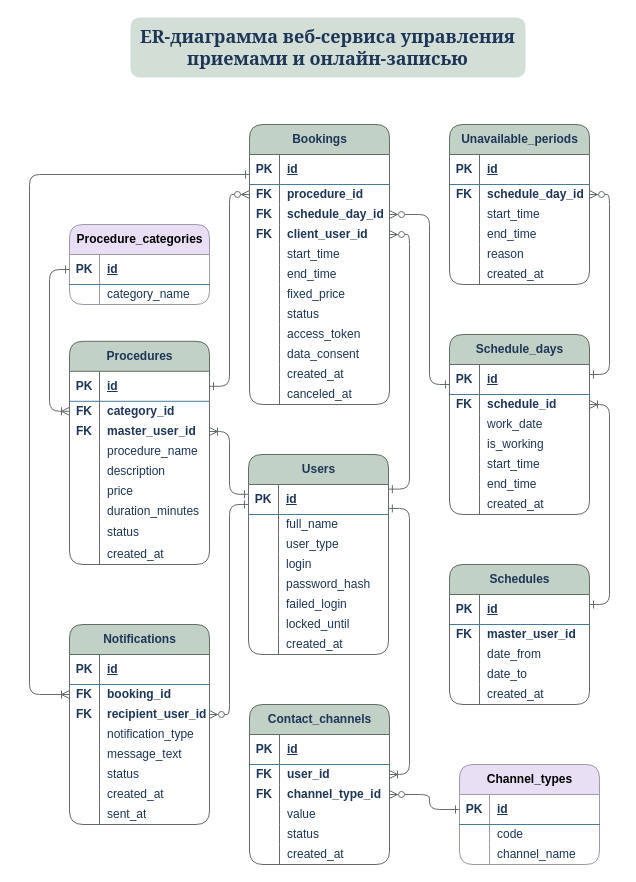
Earlier version of the draw.io diagram data-model/er-diagram.drawio (Katerina-analyst/Portfolio). Source tidied: cells renumbered, new cells numbered last; positions are measured from the earlier drawing's top-left corner, leaving out a move shared by most shapes. Both pictures are drawn from the tidied source at 100%, with x=0, y=0 at pixel (29, 17).
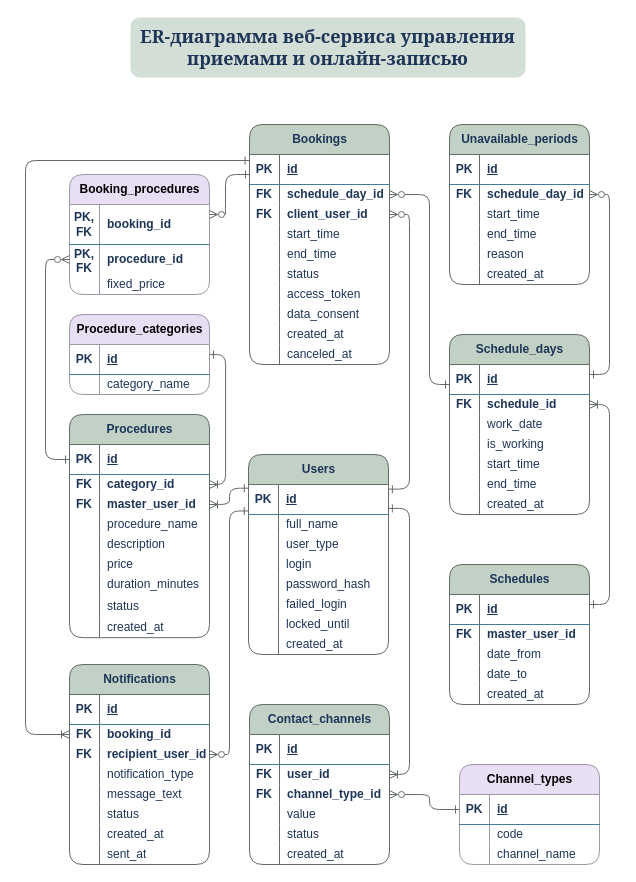
The same diagram, later.

Unchanged cells that the change refers to:
```xml
<mxCell id="3" style="shape=tableRow;horizontal=0;startSize=0;swimlaneHead=0;swimlaneBody=0;fillColor=none;points=[[0,0.5],[1,0.5]];portConstraint=eastwest;top=0;left=0;right=0;bottom=1;swimlaneFillColor=none;shadow=0;labelBackgroundColor=none;strokeColor=#457B9D;fontColor=#1D3557;rounded=0;fillOpacity=100;curved=0;" parent="2" vertex="1">
  <mxGeometry y="30" width="140" height="30" as="geometry" />
</mxCell>
<mxCell id="6" style="shape=tableRow;horizontal=0;startSize=0;swimlaneHead=0;swimlaneBody=0;fillColor=none;points=[[0,0.5],[1,0.5]];portConstraint=eastwest;top=0;left=0;right=0;bottom=0;swimlaneFillColor=none;shadow=0;labelBackgroundColor=none;strokeColor=#457B9D;fontColor=#1D3557;rounded=0;fillOpacity=100;curved=0;" parent="2" vertex="1">
  <mxGeometry y="60" width="140" height="20" as="geometry" />
</mxCell>
<mxCell id="9" style="shape=tableRow;horizontal=0;startSize=0;swimlaneHead=0;swimlaneBody=0;fillColor=none;points=[[0,0.5],[1,0.5]];portConstraint=eastwest;top=0;left=0;right=0;bottom=0;swimlaneFillColor=none;shadow=0;labelBackgroundColor=none;strokeColor=#457B9D;fontColor=#1D3557;rounded=0;fillOpacity=100;curved=0;" parent="2" vertex="1">
  <mxGeometry y="80" width="140" height="20" as="geometry" />
</mxCell>
<mxCell id="31" style="shape=tableRow;horizontal=0;startSize=0;swimlaneHead=0;swimlaneBody=0;fillColor=none;points=[[0,0.5],[1,0.5]];portConstraint=eastwest;top=0;left=0;right=0;bottom=1;swimlaneFillColor=none;shadow=0;labelBackgroundColor=none;strokeColor=#457B9D;fontColor=#1D3557;rounded=0;fillOpacity=100;curved=0;" parent="30" vertex="1">
  <mxGeometry y="30" width="140" height="30" as="geometry" />
</mxCell>
<mxCell id="75" style="shape=tableRow;horizontal=0;startSize=0;swimlaneHead=0;swimlaneBody=0;fillColor=none;points=[[0,0.5],[1,0.5]];portConstraint=eastwest;top=0;left=0;right=0;bottom=1;labelBackgroundColor=none;strokeColor=#457B9D;fontColor=#1D3557;rounded=0;fillOpacity=100;curved=0;" parent="74" vertex="1">
  <mxGeometry y="30" width="140" height="30" as="geometry" />
</mxCell>
<mxCell id="85" style="shape=tableRow;horizontal=0;startSize=0;swimlaneHead=0;swimlaneBody=0;fillColor=none;points=[[0,0.5],[1,0.5]];portConstraint=eastwest;top=0;left=0;right=0;bottom=0;swimlaneFillColor=none;shadow=0;labelBackgroundColor=none;strokeColor=#457B9D;fontColor=#1D3557;rounded=0;fillOpacity=100;curved=0;" parent="81" vertex="1">
  <mxGeometry y="60" width="140" height="20" as="geometry" />
</mxCell>
<mxCell id="88" style="shape=tableRow;horizontal=0;startSize=0;swimlaneHead=0;swimlaneBody=0;fillColor=none;points=[[0,0.5],[1,0.5]];portConstraint=eastwest;top=0;left=0;right=0;bottom=0;swimlaneFillColor=none;shadow=0;labelBackgroundColor=none;strokeColor=#457B9D;fontColor=#1D3557;rounded=0;fillOpacity=100;curved=0;" parent="81" vertex="1">
  <mxGeometry y="80" width="140" height="20" as="geometry" />
</mxCell>
<mxCell id="107" style="shape=tableRow;horizontal=0;startSize=0;swimlaneHead=0;swimlaneBody=0;fillColor=none;points=[[0,0.5],[1,0.5]];portConstraint=eastwest;top=0;left=0;right=0;bottom=1;swimlaneFillColor=none;shadow=0;labelBackgroundColor=none;strokeColor=#457B9D;fontColor=#1D3557;rounded=0;fillOpacity=100;curved=0;" parent="106" vertex="1">
  <mxGeometry y="30" width="140" height="30" as="geometry" />
</mxCell>
<mxCell id="173" style="shape=tableRow;horizontal=0;startSize=0;swimlaneHead=0;swimlaneBody=0;fillColor=none;points=[[0,0.5],[1,0.5]];portConstraint=eastwest;top=0;left=0;right=0;bottom=1;swimlaneFillColor=none;shadow=0;labelBackgroundColor=none;strokeColor=#457B9D;fontColor=#1D3557;rounded=0;fillOpacity=100;curved=0;" parent="172" vertex="1">
  <mxGeometry y="30" width="140" height="30" as="geometry" />
</mxCell>
```

What changed in the source:
```diff
@@
     <mxCell id="2" value="Procedures" style="shape=table;startSize=30;childLayout=tableLayout;rowLines=0;fontStyle=1;align=center;html=1;swimlaneFillColor=none;shadow=0;rounded=1;fillColor=#C2D1C6;strokeColor=#646C66;labelBackgroundColor=none;fontColor=#1D3557;fillOpacity=100;curved=0;" parent="1" vertex="1">
-      <mxGeometry x="40" y="323.8" width="140" height="223.2" as="geometry" />
+      <mxGeometry x="40" y="397" width="140" height="223.2" as="geometry" />
     </mxCell>
@@
     <mxCell id="74" value="Procedure_categories" style="shape=table;startSize=30;childLayout=tableLayout;rowLines=0;fontStyle=1;align=center;html=1;rounded=1;swimlaneLine=1;columnLines=1;resizeLastRow=0;swimlaneHead=1;swimlaneBody=1;horizontal=1;top=1;bottom=1;left=1;fixDash=0;fillColor=#E8DFF5;strokeColor=#9E98A7;labelBackgroundColor=none;fillOpacity=100;curved=0;" parent="1" vertex="1">
-      <mxGeometry x="40" y="207" width="140" height="80" as="geometry" />
+      <mxGeometry x="40" y="297" width="140" height="80" as="geometry" />
     </mxCell>
@@
     <mxCell id="81" value="Notifications" style="shape=table;startSize=30;childLayout=tableLayout;rowLines=0;fontStyle=1;align=center;html=1;swimlaneFillColor=none;shadow=0;rounded=1;fillColor=#C2D1C6;strokeColor=#646C66;labelBackgroundColor=none;fontColor=#1D3557;fillOpacity=100;curved=0;" parent="1" vertex="1">
-      <mxGeometry x="40" y="607" width="140" height="200" as="geometry" />
+      <mxGeometry x="40" y="647" width="140" height="200" as="geometry" />
     </mxCell>
@@
     <mxCell id="106" value="Bookings" style="shape=table;startSize=30;childLayout=tableLayout;rowLines=0;fontStyle=1;align=center;html=1;swimlaneFillColor=none;shadow=0;rounded=1;fillColor=#C2D1C6;strokeColor=#646C66;labelBackgroundColor=none;fontColor=#1D3557;fillOpacity=100;curved=0;" parent="1" vertex="1">
-      <mxGeometry x="220" y="107" width="140" height="280" as="geometry" />
+      <mxGeometry x="220" y="107" width="140" height="240" as="geometry" />
     </mxCell>
@@
-    <mxCell id="110" style="shape=tableRow;horizontal=0;startSize=0;swimlaneHead=0;swimlaneBody=0;fillColor=none;points=[[0,0.5],[1,0.5]];portConstraint=eastwest;top=0;left=0;right=0;bottom=0;swimlaneFillColor=none;shadow=0;labelBackgroundColor=none;strokeColor=#457B9D;fontColor=#1D3557;rounded=0;fillOpacity=100;curved=0;" parent="106" vertex="1">
-      <mxGeometry y="60" width="140" height="20" as="geometry" />
-    </mxCell>
-    <mxCell id="111" value="&lt;span style=&quot;font-weight: 700;&quot;&gt;FK&lt;/span&gt;" style="shape=partialRectangle;fillColor=none;top=0;left=0;bottom=0;right=0;overflow=hidden;whiteSpace=wrap;html=1;swimlaneFillColor=none;shadow=0;labelBackgroundColor=none;strokeColor=#457B9D;fontColor=#1D3557;rounded=0;fillOpacity=100;curved=0;" parent="110" vertex="1">
-      <mxGeometry width="30" height="20" as="geometry" />
-    </mxCell>
-    <mxCell id="112" value="procedure_id" style="shape=partialRectangle;fillColor=none;top=0;left=0;bottom=0;right=0;align=left;spacingLeft=6;overflow=hidden;whiteSpace=wrap;html=1;swimlaneFillColor=none;shadow=0;fontStyle=1;labelBackgroundColor=none;strokeColor=#457B9D;fontColor=#1D3557;rounded=0;fillOpacity=100;curved=0;" parent="110" vertex="1">
-      <mxGeometry x="30" width="110" height="20" as="geometry" />
-    </mxCell>
     <mxCell id="113" style="shape=tableRow;horizontal=0;startSize=0;swimlaneHead=0;swimlaneBody=0;fillColor=none;points=[[0,0.5],[1,0.5]];portConstraint=eastwest;top=0;left=0;right=0;bottom=0;swimlaneFillColor=none;shadow=0;labelBackgroundColor=none;strokeColor=#457B9D;fontColor=#1D3557;rounded=0;fillOpacity=100;curved=0;" parent="106" vertex="1">
-      <mxGeometry y="80" width="140" height="20" as="geometry" />
+      <mxGeometry y="60" width="140" height="20" as="geometry" />
     </mxCell>
@@
     <mxCell id="116" style="shape=tableRow;horizontal=0;startSize=0;swimlaneHead=0;swimlaneBody=0;fillColor=none;points=[[0,0.5],[1,0.5]];portConstraint=eastwest;top=0;left=0;right=0;bottom=0;swimlaneFillColor=none;shadow=0;labelBackgroundColor=none;strokeColor=#457B9D;fontColor=#1D3557;rounded=0;fillOpacity=100;curved=0;" parent="106" vertex="1">
-      <mxGeometry y="100" width="140" height="20" as="geometry" />
+      <mxGeometry y="80" width="140" height="20" as="geometry" />
     </mxCell>
@@
     <mxCell id="119" style="shape=tableRow;horizontal=0;startSize=0;swimlaneHead=0;swimlaneBody=0;fillColor=none;top=0;left=0;right=0;bottom=0;swimlaneFillColor=none;shadow=0;labelBackgroundColor=none;strokeColor=#457B9D;fontColor=#1D3557;rounded=0;fillOpacity=100;curved=0;" parent="106" vertex="1">
-      <mxGeometry y="120" width="140" height="20" as="geometry" />
+      <mxGeometry y="100" width="140" height="20" as="geometry" />
     </mxCell>
@@
     <mxCell id="122" style="shape=tableRow;horizontal=0;startSize=0;swimlaneHead=0;swimlaneBody=0;fillColor=none;top=0;left=0;right=0;bottom=0;swimlaneFillColor=none;shadow=0;labelBackgroundColor=none;strokeColor=#457B9D;fontColor=#1D3557;rounded=0;fillOpacity=100;curved=0;" parent="106" vertex="1">
-      <mxGeometry y="140" width="140" height="20" as="geometry" />
+      <mxGeometry y="120" width="140" height="20" as="geometry" />
     </mxCell>
@@
-    <mxCell id="125" style="shape=tableRow;horizontal=0;startSize=0;swimlaneHead=0;swimlaneBody=0;fillColor=none;top=0;left=0;right=0;bottom=0;swimlaneFillColor=none;shadow=0;labelBackgroundColor=none;strokeColor=#457B9D;fontColor=#1D3557;rounded=0;fillOpacity=100;curved=0;" parent="106" vertex="1">
-      <mxGeometry y="160" width="140" height="20" as="geometry" />
-    </mxCell>
-    <mxCell id="126" style="shape=partialRectangle;fillColor=none;top=0;left=0;bottom=0;right=0;overflow=hidden;whiteSpace=wrap;html=1;swimlaneFillColor=none;shadow=0;labelBackgroundColor=none;strokeColor=#457B9D;fontColor=#1D3557;rounded=0;fillOpacity=100;curved=0;" parent="125" vertex="1">
-      <mxGeometry width="30" height="20" as="geometry" />
-    </mxCell>
-    <mxCell id="127" value="fixed_price" style="shape=partialRectangle;fillColor=none;top=0;left=0;bottom=0;right=0;align=left;spacingLeft=6;overflow=hidden;whiteSpace=wrap;html=1;swimlaneFillColor=none;shadow=0;labelBackgroundColor=none;strokeColor=#457B9D;fontColor=#1D3557;rounded=0;fillOpacity=100;curved=0;" parent="125" vertex="1">
-      <mxGeometry x="30" width="110" height="20" as="geometry" />
-    </mxCell>
     <mxCell id="128" style="shape=tableRow;horizontal=0;startSize=0;swimlaneHead=0;swimlaneBody=0;fillColor=none;top=0;left=0;right=0;bottom=0;swimlaneFillColor=none;shadow=0;labelBackgroundColor=none;strokeColor=#457B9D;fontColor=#1D3557;rounded=0;fillOpacity=100;curved=0;" parent="106" vertex="1">
-      <mxGeometry y="180" width="140" height="20" as="geometry" />
+      <mxGeometry y="140" width="140" height="20" as="geometry" />
     </mxCell>
@@
     <mxCell id="131" style="shape=tableRow;horizontal=0;startSize=0;swimlaneHead=0;swimlaneBody=0;fillColor=none;top=0;left=0;right=0;bottom=0;swimlaneFillColor=none;shadow=0;labelBackgroundColor=none;strokeColor=#457B9D;fontColor=#1D3557;rounded=0;fillOpacity=100;curved=0;" parent="106" vertex="1">
-      <mxGeometry y="200" width="140" height="20" as="geometry" />
+      <mxGeometry y="160" width="140" height="20" as="geometry" />
     </mxCell>
@@
     <mxCell id="134" style="shape=tableRow;horizontal=0;startSize=0;swimlaneHead=0;swimlaneBody=0;fillColor=none;top=0;left=0;right=0;bottom=0;swimlaneFillColor=none;shadow=0;labelBackgroundColor=none;strokeColor=#457B9D;fontColor=#1D3557;rounded=0;fillOpacity=100;curved=0;" parent="106" vertex="1">
-      <mxGeometry y="220" width="140" height="20" as="geometry" />
+      <mxGeometry y="180" width="140" height="20" as="geometry" />
     </mxCell>
@@
     <mxCell id="137" style="shape=tableRow;horizontal=0;startSize=0;swimlaneHead=0;swimlaneBody=0;fillColor=none;top=0;left=0;right=0;bottom=0;swimlaneFillColor=none;shadow=0;labelBackgroundColor=none;strokeColor=#457B9D;fontColor=#1D3557;rounded=0;fillOpacity=100;curved=0;" parent="106" vertex="1">
-      <mxGeometry y="240" width="140" height="20" as="geometry" />
+      <mxGeometry y="200" width="140" height="20" as="geometry" />
     </mxCell>
@@
     <mxCell id="140" style="shape=tableRow;horizontal=0;startSize=0;swimlaneHead=0;swimlaneBody=0;fillColor=none;top=0;left=0;right=0;bottom=0;swimlaneFillColor=none;shadow=0;labelBackgroundColor=none;strokeColor=#457B9D;fontColor=#1D3557;rounded=0;fillOpacity=100;curved=0;" parent="106" vertex="1">
-      <mxGeometry y="260" width="140" height="20" as="geometry" />
+      <mxGeometry y="220" width="140" height="20" as="geometry" />
     </mxCell>
@@
-    <mxCell id="210" style="edgeStyle=orthogonalEdgeStyle;fontSize=12;html=1;endArrow=ERoneToMany;rounded=1;startArrow=ERone;startFill=0;labelBackgroundColor=none;strokeColor=#646C66;fontColor=default;exitX=0;exitY=0.327;exitDx=0;exitDy=0;exitPerimeter=0;fillOpacity=100;curved=0;" parent="1" edge="1" source="31" target="9">
+    <mxCell id="210" style="edgeStyle=orthogonalEdgeStyle;fontSize=12;html=1;endArrow=ERoneToMany;rounded=1;startArrow=ERone;startFill=0;labelBackgroundColor=none;strokeColor=#646C66;fontColor=default;exitX=-0.001;exitY=0.124;exitDx=0;exitDy=0;exitPerimeter=0;fillOpacity=100;curved=0;" parent="1" edge="1" source="31" target="9">
       <mxGeometry relative="1" as="geometry">
         <Array as="points">
-          <mxPoint x="200" y="477" />
-          <mxPoint x="200" y="414" />
+          <mxPoint x="200" y="470.7" />
+          <mxPoint x="200" y="487" />
         </Array>
       </mxGeometry>
     </mxCell>
-    <mxCell id="211" style="edgeStyle=orthogonalEdgeStyle;fontSize=12;html=1;endArrow=ERzeroToMany;rounded=1;startArrow=ERone;startFill=0;exitX=0;exitY=0.665;exitDx=0;exitDy=0;exitPerimeter=0;endFill=0;labelBackgroundColor=none;strokeColor=#646C66;fontColor=default;fillOpacity=100;curved=0;" parent="1" edge="1" source="31" target="88">
+    <mxCell id="211" style="edgeStyle=orthogonalEdgeStyle;fontSize=12;html=1;endArrow=ERzeroToMany;rounded=1;startArrow=ERone;startFill=0;endFill=0;labelBackgroundColor=none;strokeColor=#646C66;fontColor=default;fillOpacity=100;curved=0;exitX=-0.002;exitY=0.882;exitDx=0;exitDy=0;exitPerimeter=0;" parent="1" edge="1" source="31" target="88">
       <mxGeometry relative="1" as="geometry">
         <Array as="points">
-          <mxPoint x="200" y="487" />
-          <mxPoint x="200" y="697" />
+          <mxPoint x="200" y="493.5" />
+          <mxPoint x="200" y="737" />
         </Array>
       </mxGeometry>
     </mxCell>
     <mxCell id="212" style="edgeStyle=orthogonalEdgeStyle;fontSize=12;html=1;endArrow=ERzeroToMany;rounded=1;startArrow=ERone;startFill=0;exitX=0.999;exitY=0.154;exitDx=0;exitDy=0;exitPerimeter=0;endFill=0;labelBackgroundColor=none;strokeColor=#646C66;fontColor=default;fillOpacity=100;curved=0;" parent="1" edge="1" source="31" target="116">
       <mxGeometry relative="1" as="geometry">
         <Array as="points">
-          <mxPoint x="380" y="472" />
-          <mxPoint x="380" y="217" />
+          <mxPoint x="380" y="471.6" />
+          <mxPoint x="380" y="197" />
         </Array>
       </mxGeometry>
     </mxCell>
@@
     <mxCell id="214" style="edgeStyle=orthogonalEdgeStyle;fontSize=12;html=1;endArrow=ERzeroToMany;rounded=1;startArrow=ERone;startFill=0;endFill=0;labelBackgroundColor=none;strokeColor=#646C66;fontColor=default;fillOpacity=100;curved=0;" parent="1" edge="1" source="173" target="113">
       <mxGeometry relative="1" as="geometry">
         <Array as="points">
           <mxPoint x="400" y="367" />
-          <mxPoint x="400" y="197" />
+          <mxPoint x="400" y="177" />
         </Array>
       </mxGeometry>
     </mxCell>
-    <mxCell id="215" style="edgeStyle=orthogonalEdgeStyle;fontSize=12;html=1;endArrow=ERzeroToMany;rounded=1;startArrow=ERone;startFill=0;endFill=0;labelBackgroundColor=none;strokeColor=#646C66;fontColor=default;fillOpacity=100;curved=0;" parent="1" edge="1" source="3" target="110">
+    <mxCell id="215" style="edgeStyle=orthogonalEdgeStyle;fontSize=12;html=1;endArrow=ERzeroToMany;rounded=1;startArrow=ERone;startFill=0;endFill=0;labelBackgroundColor=none;strokeColor=#646C66;fontColor=default;fillOpacity=100;curved=0;" parent="1" edge="1" source="107" target="223">
       <mxGeometry relative="1" as="geometry">
         <Array as="points">
-          <mxPoint x="200" y="369" />
-          <mxPoint x="200" y="177" />
+          <mxPoint x="196" y="157" />
+          <mxPoint x="196" y="197" />
         </Array>
       </mxGeometry>
     </mxCell>
-    <mxCell id="216" style="edgeStyle=orthogonalEdgeStyle;fontSize=12;html=1;endArrow=ERoneToMany;rounded=1;startArrow=ERone;startFill=0;labelBackgroundColor=none;strokeColor=#646C66;fontColor=default;fillOpacity=100;curved=0;" parent="1" edge="1" target="85">
+    <mxCell id="216" style="edgeStyle=orthogonalEdgeStyle;fontSize=12;html=1;endArrow=ERoneToMany;rounded=1;startArrow=ERone;startFill=0;labelBackgroundColor=none;strokeColor=#646C66;fontColor=default;fillOpacity=100;curved=0;exitX=-0.003;exitY=0.2;exitDx=0;exitDy=0;exitPerimeter=0;" parent="1" edge="1" source="107" target="85">
       <mxGeometry relative="1" as="geometry">
-        <mxPoint x="220" y="157" as="sourcePoint" />
         <Array as="points">
-          <mxPoint x="219" y="157" />
-          <mxPoint y="157" />
-          <mxPoint y="657" />
+          <mxPoint x="-4" y="143" />
+          <mxPoint x="-4" y="717" />
         </Array>
       </mxGeometry>
     </mxCell>
@@
     <mxCell id="220" style="edgeStyle=orthogonalEdgeStyle;fontSize=12;html=1;endArrow=ERoneToMany;rounded=1;startArrow=ERone;startFill=0;labelBackgroundColor=none;strokeColor=#646C66;fontColor=default;fillOpacity=100;curved=0;" parent="1" edge="1" source="75" target="6">
       <mxGeometry relative="1" as="geometry">
         <Array as="points">
-          <mxPoint x="20" y="252" />
-          <mxPoint x="20" y="393.8" />
+          <mxPoint x="196.1" y="337.1" />
+          <mxPoint x="196.1" y="467" />
         </Array>
       </mxGeometry>
     </mxCell>
@@
+    <mxCell id="222" value="Booking_procedures" style="shape=table;startSize=30;childLayout=tableLayout;rowLines=0;fontStyle=1;align=center;html=1;rounded=1;swimlaneLine=1;columnLines=1;resizeLastRow=0;swimlaneHead=1;swimlaneBody=1;horizontal=1;top=1;bottom=1;left=1;fixDash=0;fillColor=#E8DFF5;strokeColor=#9E98A7;labelBackgroundColor=none;fillOpacity=100;curved=0;" parent="1" vertex="1">
+      <mxGeometry x="40" y="157" width="140" height="120" as="geometry" />
+    </mxCell>
+    <mxCell id="223" style="shape=tableRow;horizontal=0;startSize=0;swimlaneHead=0;swimlaneBody=0;fillColor=none;points=[[0,0.5],[1,0.5]];portConstraint=eastwest;top=0;left=0;right=0;bottom=1;labelBackgroundColor=none;strokeColor=#457B9D;fontColor=#1D3557;rounded=0;fillOpacity=100;curved=0;fontStyle=0;" parent="222" vertex="1">
+      <mxGeometry y="30" width="140" height="40" as="geometry" />
+    </mxCell>
+    <mxCell id="224" value="PK,&lt;div&gt;&lt;span style=&quot;background-color: transparent; color: light-dark(rgb(29, 53, 87), rgb(176, 196, 226));&quot;&gt;FK&lt;/span&gt;&lt;/div&gt;" style="shape=partialRectangle;fillColor=none;top=0;left=0;bottom=0;right=0;fontStyle=1;overflow=hidden;whiteSpace=wrap;html=1;labelBackgroundColor=none;strokeColor=#457B9D;fontColor=#1D3557;rounded=0;fillOpacity=100;curved=0;" parent="223" vertex="1">
+      <mxGeometry width="30" height="40" as="geometry" />
+    </mxCell>
+    <mxCell id="225" value="booking_id" style="shape=partialRectangle;fillColor=none;top=0;left=0;bottom=0;right=0;align=left;spacingLeft=6;fontStyle=1;overflow=hidden;whiteSpace=wrap;html=1;labelBackgroundColor=none;strokeColor=#457B9D;fontColor=#1D3557;rounded=0;fillOpacity=100;curved=0;" parent="223" vertex="1">
+      <mxGeometry x="30" width="110" height="40" as="geometry" />
+    </mxCell>
+    <mxCell id="226" style="shape=tableRow;horizontal=0;startSize=0;swimlaneHead=0;swimlaneBody=0;fillColor=none;points=[[0,0.5],[1,0.5]];portConstraint=eastwest;top=0;left=0;right=0;bottom=0;labelBackgroundColor=none;strokeColor=#457B9D;fontColor=#1D3557;rounded=0;fillOpacity=100;curved=0;" parent="222" vertex="1">
+      <mxGeometry y="70" width="140" height="30" as="geometry" />
+    </mxCell>
+    <mxCell id="227" value="PK, FK" style="shape=partialRectangle;fillColor=none;top=0;left=0;bottom=0;right=0;overflow=hidden;whiteSpace=wrap;html=1;labelBackgroundColor=none;strokeColor=#457B9D;fontColor=#1D3557;rounded=0;fillOpacity=100;curved=0;fontStyle=1;" parent="226" vertex="1">
+      <mxGeometry width="30" height="30" as="geometry" />
+    </mxCell>
+    <mxCell id="112" value="&lt;span style=&quot;font-weight: 700;&quot;&gt;procedure_id&lt;/span&gt;" style="shape=partialRectangle;fillColor=none;top=0;left=0;bottom=0;right=0;align=left;spacingLeft=6;overflow=hidden;whiteSpace=wrap;html=1;labelBackgroundColor=none;strokeColor=#457B9D;fontColor=#1D3557;rounded=0;fillOpacity=100;curved=0;fontStyle=0;" parent="226" vertex="1">
+      <mxGeometry x="30" width="110" height="30" as="geometry" />
+    </mxCell>
+    <mxCell id="228" style="shape=tableRow;horizontal=0;startSize=0;swimlaneHead=0;swimlaneBody=0;fillColor=none;top=0;left=0;right=0;bottom=0;labelBackgroundColor=none;strokeColor=#457B9D;fontColor=#1D3557;rounded=0;fillOpacity=100;curved=0;" parent="222" vertex="1">
+      <mxGeometry y="100" width="140" height="20" as="geometry" />
+    </mxCell>
+    <mxCell id="229" style="shape=partialRectangle;fillColor=none;top=0;left=0;bottom=0;right=0;overflow=hidden;whiteSpace=wrap;html=1;labelBackgroundColor=none;strokeColor=#457B9D;fontColor=#1D3557;rounded=0;fillOpacity=100;curved=0;fontStyle=1;" parent="228" vertex="1">
+      <mxGeometry width="30" height="20" as="geometry" />
+    </mxCell>
+    <mxCell id="127" value="fixed_price" style="shape=partialRectangle;fillColor=none;top=0;left=0;bottom=0;right=0;align=left;spacingLeft=6;overflow=hidden;whiteSpace=wrap;html=1;labelBackgroundColor=none;strokeColor=#457B9D;fontColor=#1D3557;rounded=0;fillOpacity=100;curved=0;fontStyle=0;" parent="228" vertex="1">
+      <mxGeometry x="30" width="110" height="20" as="geometry" />
+    </mxCell>
+    <mxCell id="230" style="edgeStyle=orthogonalEdgeStyle;fontSize=12;html=1;endArrow=ERzeroToMany;rounded=1;startArrow=ERone;startFill=0;endFill=0;labelBackgroundColor=none;strokeColor=#646C66;fontColor=default;fillOpacity=100;curved=0;" parent="1" edge="1" source="3" target="226">
+      <mxGeometry relative="1" as="geometry">
+        <Array as="points">
+          <mxPoint x="16" y="442" />
+          <mxPoint x="16" y="242" />
+        </Array>
+      </mxGeometry>
+    </mxCell>
```
